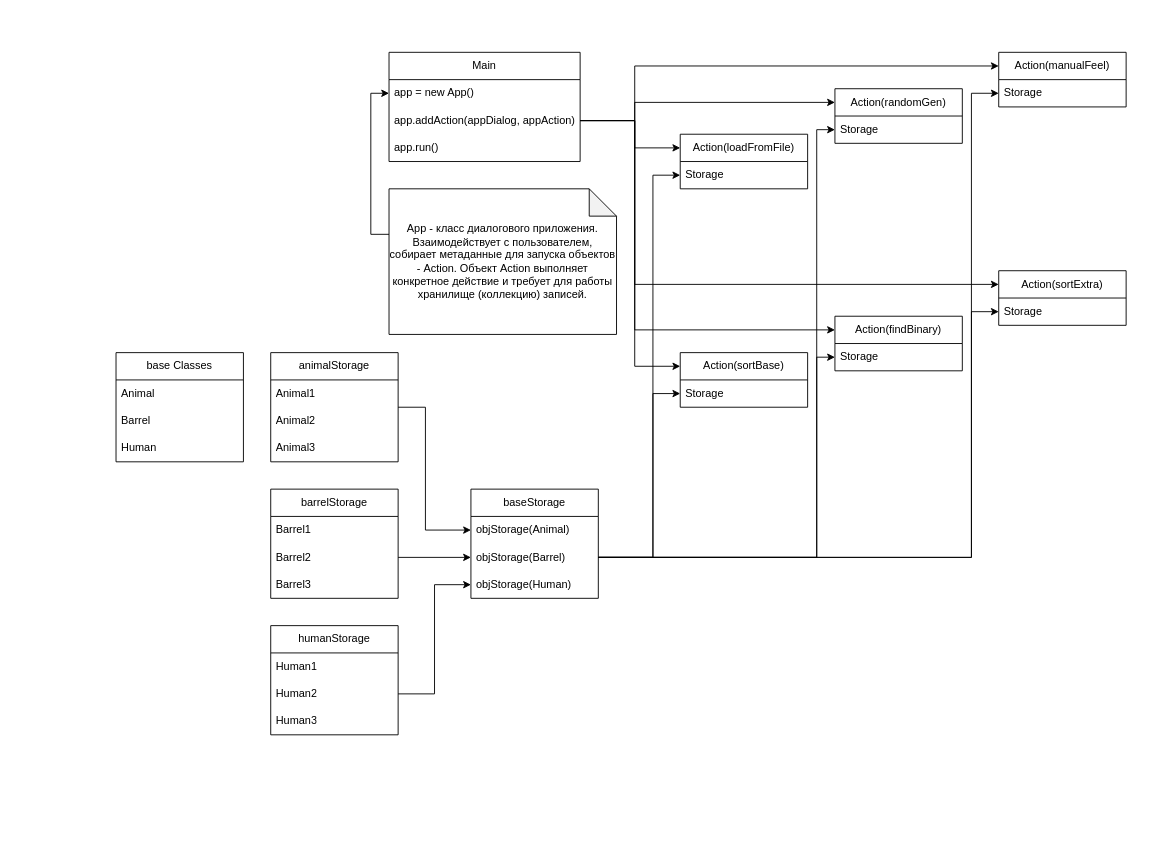
The draw.io diagram doc/SortApp.drawio in TimurRahimov/AstonStage1Project, before the edit. Source tidied: cells renumbered, new cells numbered last; positions are measured from the earlier drawing's top-left corner, leaving out a move shared by most shapes. Both pictures are drawn from the tidied source at 91%, with x=0, y=0 at pixel (116, 52).
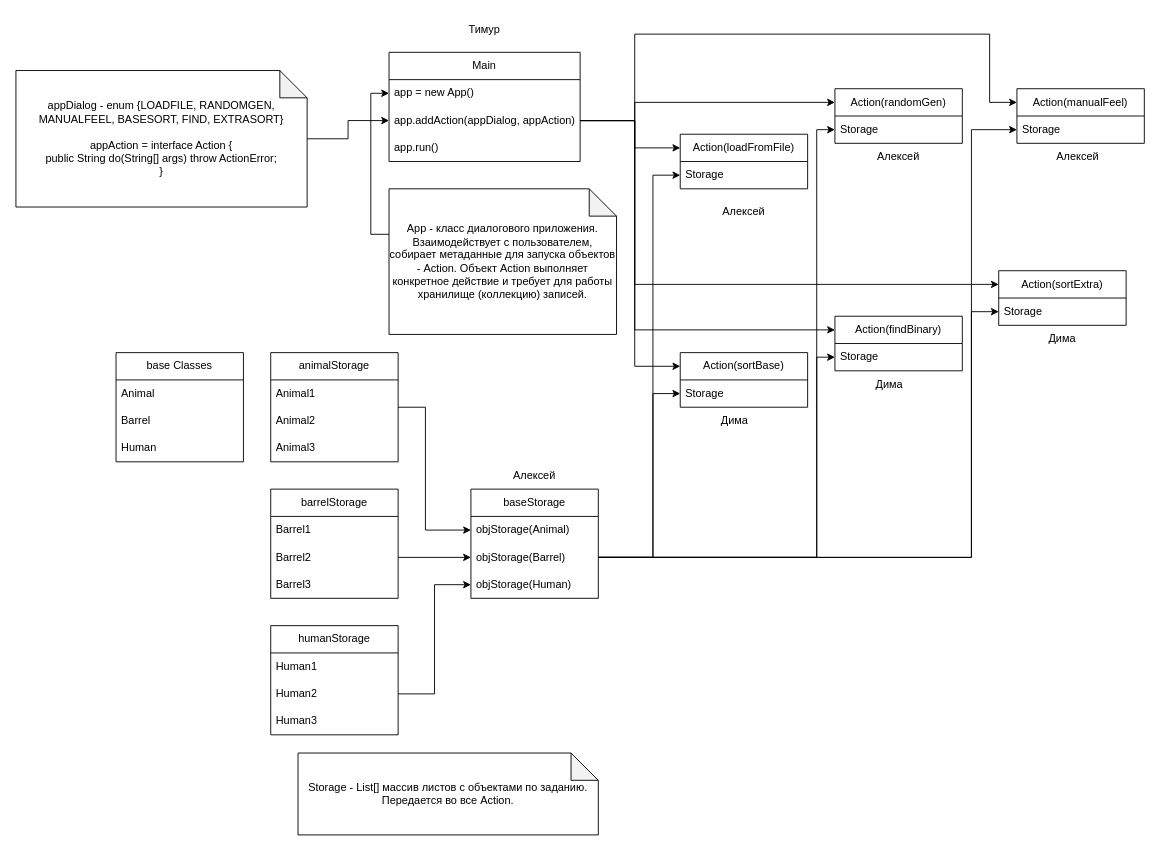
After the change.

Unchanged cells that the change refers to:
```xml
<mxCell id="4" value="app.addAction(appDialog, appAction)" style="text;strokeColor=none;fillColor=none;align=left;verticalAlign=middle;spacingLeft=4;spacingRight=4;overflow=hidden;points=[[0,0.5],[1,0.5]];portConstraint=eastwest;whiteSpace=wrap;html=1;" parent="2" vertex="1">
  <mxGeometry y="60" width="210" height="30" as="geometry" />
</mxCell>
<mxCell id="11" value="Storage" style="text;strokeColor=none;fillColor=none;align=left;verticalAlign=middle;spacingLeft=4;spacingRight=4;overflow=hidden;points=[[0,0.5],[1,0.5]];portConstraint=eastwest;whiteSpace=wrap;html=1;" parent="10" vertex="1">
  <mxGeometry y="30" width="140" height="30" as="geometry" />
</mxCell>
<mxCell id="39" value="objStorage(Barrel)" style="text;strokeColor=none;fillColor=none;align=left;verticalAlign=middle;spacingLeft=4;spacingRight=4;overflow=hidden;points=[[0,0.5],[1,0.5]];portConstraint=eastwest;whiteSpace=wrap;html=1;" parent="37" vertex="1">
  <mxGeometry y="60" width="140" height="30" as="geometry" />
</mxCell>
```

The edit, as a diff of the source:
```diff
@@
     <mxCell id="10" value="Action(manualFeel)" style="swimlane;fontStyle=0;horizontal=1;startSize=30;whiteSpace=wrap;html=1;" parent="1" vertex="1">
-      <mxGeometry x="970" width="140" height="60" as="geometry" />
+      <mxGeometry x="990" y="40" width="140" height="60" as="geometry" />
     </mxCell>
@@
     <mxCell id="47" style="edgeStyle=orthogonalEdgeStyle;rounded=0;jettySize=auto;html=1;entryX=0;entryY=0.5;entryDx=0;entryDy=0;" parent="1" edge="1" source="39" target="11">
       <mxGeometry relative="1" as="geometry">
         <Array as="points">
           <mxPoint x="940" y="555" />
-          <mxPoint x="940" y="45" />
+          <mxPoint x="940" y="85" />
         </Array>
       </mxGeometry>
     </mxCell>
@@
     <mxCell id="51" style="edgeStyle=orthogonalEdgeStyle;rounded=0;jettySize=auto;html=1;entryX=0;entryY=0.25;entryDx=0;entryDy=0;" parent="1" edge="1" source="4" target="10">
       <mxGeometry relative="1" as="geometry">
         <Array as="points">
           <mxPoint x="570" y="75" />
-          <mxPoint x="570" y="15" />
+          <mxPoint x="570" y="-20" />
+          <mxPoint x="960" y="-20" />
+          <mxPoint x="960" y="55" />
         </Array>
       </mxGeometry>
     </mxCell>
@@
+    <mxCell id="55" value="Storage - List[] массив листов с объектами по заданию.&lt;div&gt;Передается во все Action.&lt;/div&gt;" style="shape=note;whiteSpace=wrap;html=1;backgroundOutline=1;darkOpacity=0.05;" parent="1" vertex="1">
+      <mxGeometry x="200" y="770" width="330" height="90" as="geometry" />
+    </mxCell>
+    <mxCell id="56" style="edgeStyle=orthogonalEdgeStyle;rounded=0;jettySize=auto;html=1;entryX=0;entryY=0.5;entryDx=0;entryDy=0;" parent="1" edge="1" source="57" target="4">
+      <mxGeometry relative="1" as="geometry" />
+    </mxCell>
+    <mxCell id="57" value="appDialog - enum {LOADFILE, RANDOMGEN, MANUALFEEL, BASESORT, FIND, EXTRASORT}&lt;div&gt;&lt;br&gt;&lt;/div&gt;&lt;div&gt;appAction = interface Action {&lt;/div&gt;&lt;div&gt;public String do(String[] args) throw ActionError;&lt;/div&gt;&lt;div&gt;}&lt;/div&gt;" style="shape=note;whiteSpace=wrap;html=1;backgroundOutline=1;darkOpacity=0.05;" parent="1" vertex="1">
+      <mxGeometry x="-110" y="20" width="320" height="150" as="geometry" />
+    </mxCell>
+    <mxCell id="58" value="Алексей" style="text;html=1;align=center;verticalAlign=middle;whiteSpace=wrap;rounded=0;" parent="1" vertex="1">
+      <mxGeometry x="660" y="160" width="60" height="30" as="geometry" />
+    </mxCell>
+    <mxCell id="59" value="Алексей" style="text;html=1;align=center;verticalAlign=middle;whiteSpace=wrap;rounded=0;" parent="1" vertex="1">
+      <mxGeometry x="830" y="100" width="60" height="30" as="geometry" />
+    </mxCell>
+    <mxCell id="60" value="Алексей" style="text;html=1;align=center;verticalAlign=middle;whiteSpace=wrap;rounded=0;" parent="1" vertex="1">
+      <mxGeometry x="1027" y="100" width="60" height="30" as="geometry" />
+    </mxCell>
+    <mxCell id="61" value="Алексей" style="text;html=1;align=center;verticalAlign=middle;whiteSpace=wrap;rounded=0;" parent="1" vertex="1">
+      <mxGeometry x="430" y="450" width="60" height="30" as="geometry" />
+    </mxCell>
+    <mxCell id="62" value="Тимур" style="text;html=1;align=center;verticalAlign=middle;whiteSpace=wrap;rounded=0;" parent="1" vertex="1">
+      <mxGeometry x="375" y="-40" width="60" height="30" as="geometry" />
+    </mxCell>
+    <mxCell id="63" value="Дима" style="text;html=1;align=center;verticalAlign=middle;whiteSpace=wrap;rounded=0;" parent="1" vertex="1">
+      <mxGeometry x="650" y="390" width="60" height="30" as="geometry" />
+    </mxCell>
+    <mxCell id="64" value="Дима" style="text;html=1;align=center;verticalAlign=middle;whiteSpace=wrap;rounded=0;" parent="1" vertex="1">
+      <mxGeometry x="820" y="350" width="60" height="30" as="geometry" />
+    </mxCell>
+    <mxCell id="65" value="Дима" style="text;html=1;align=center;verticalAlign=middle;whiteSpace=wrap;rounded=0;" parent="1" vertex="1">
+      <mxGeometry x="1010" y="300" width="60" height="30" as="geometry" />
+    </mxCell>
```
